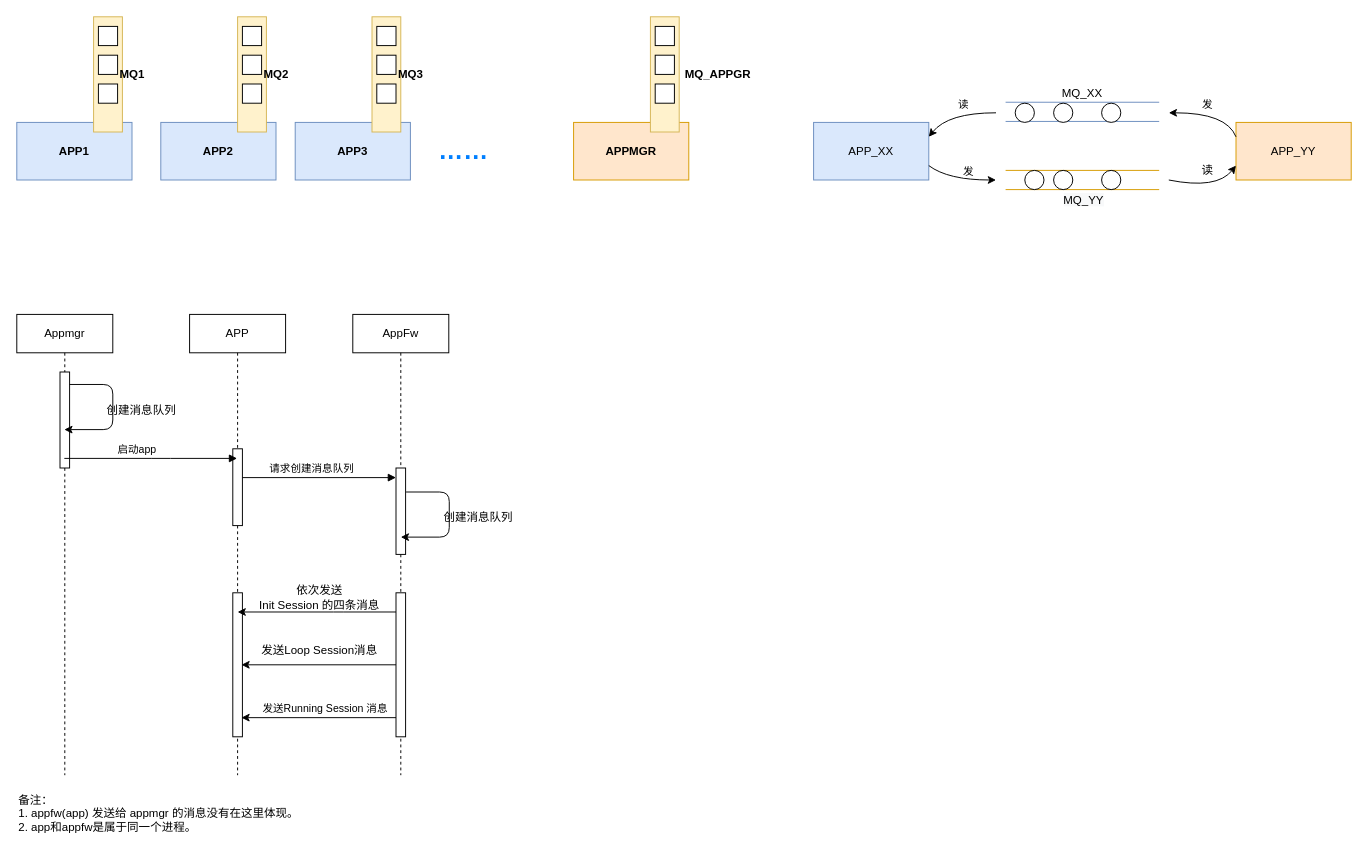
Before: Appmgr消息机制.drawio in watercjr/Data-Center, a draw.io diagram. Source tidied: cells renumbered, new cells numbered last; positions are measured from the earlier drawing's top-left corner, leaving out a move shared by most shapes. Both pictures are drawn from the tidied source at 96%, with x=0, y=0 at pixel (16, 16).
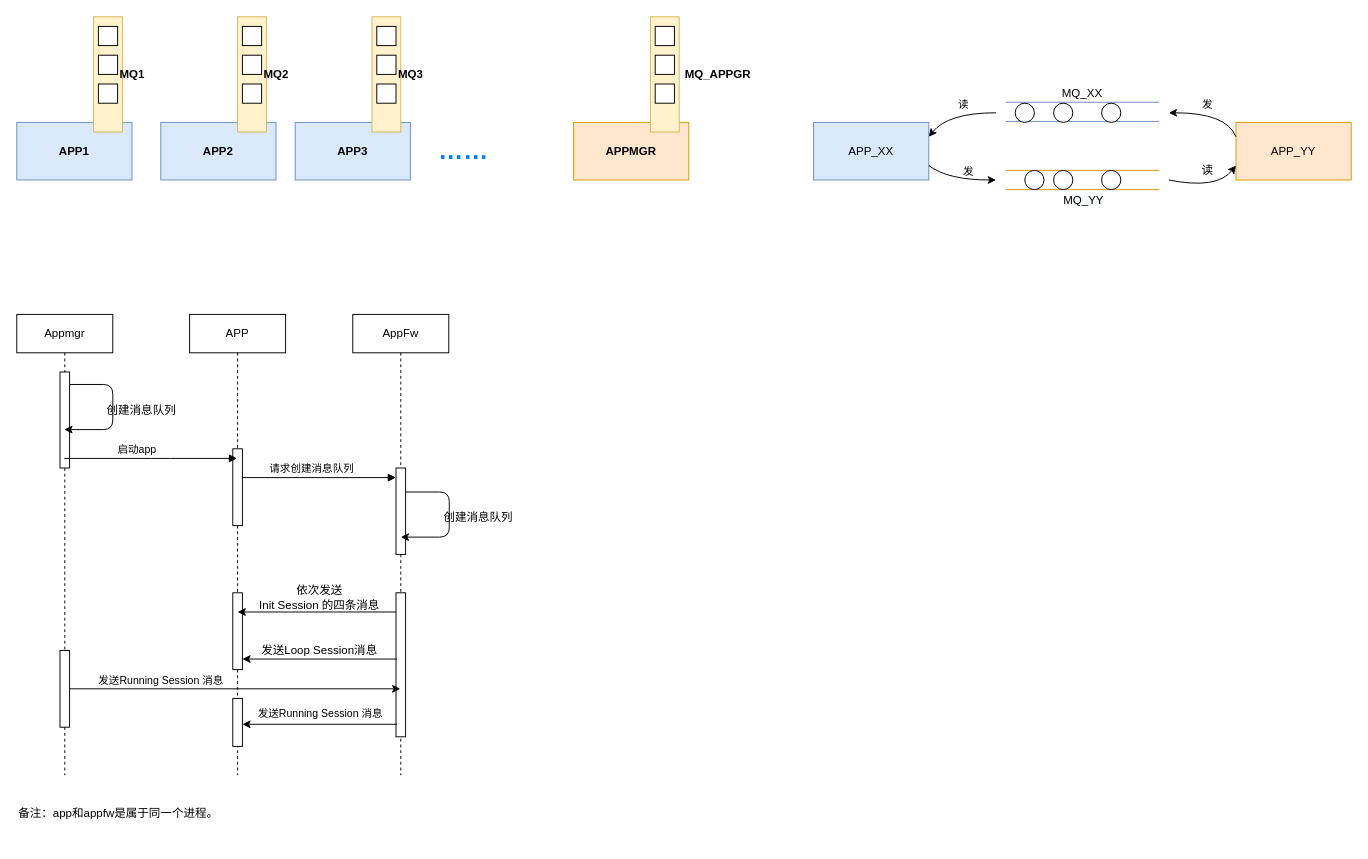
After the change.

Unchanged cells that the change refers to:
```xml
<mxCell id="27" value="APP" style="shape=umlLifeline;perimeter=lifelinePerimeter;whiteSpace=wrap;html=1;outlineConnect=0;" parent="1" vertex="1">
  <mxGeometry x="180" y="310" width="100" height="480" as="geometry" />
</mxCell>
<mxCell id="30" value="AppFw" style="shape=umlLifeline;perimeter=lifelinePerimeter;whiteSpace=wrap;html=1;outlineConnect=0;" parent="1" vertex="1">
  <mxGeometry x="350" y="310" width="100" height="480" as="geometry" />
</mxCell>
<mxCell id="32" style="html=1;points=[];perimeter=orthogonalPerimeter;" parent="30" vertex="1">
  <mxGeometry x="45" y="290" width="10" height="150" as="geometry" />
</mxCell>
<mxCell id="33" value="Appmgr" style="shape=umlLifeline;perimeter=lifelinePerimeter;whiteSpace=wrap;html=1;outlineConnect=0;" parent="1" vertex="1">
  <mxGeometry y="310" width="100" height="480" as="geometry" />
</mxCell>
```

Change to the diagram source:
```diff
@@
     <mxCell id="29" style="html=1;points=[];perimeter=orthogonalPerimeter;" parent="27" vertex="1">
-      <mxGeometry x="45" y="290" width="10" height="150" as="geometry" />
+      <mxGeometry x="45" y="290" width="10" height="80" as="geometry" />
     </mxCell>
+    <mxCell id="70" style="html=1;points=[];perimeter=orthogonalPerimeter;" parent="27" vertex="1">
+      <mxGeometry x="45" y="400" width="10" height="50" as="geometry" />
+    </mxCell>
@@
+    <mxCell id="71" style="html=1;points=[];perimeter=orthogonalPerimeter;" parent="33" vertex="1">
+      <mxGeometry x="45" y="350" width="10" height="80" as="geometry" />
+    </mxCell>
@@
-    <mxCell id="43" value="备注：&lt;br&gt;1. appfw(app) 发送给&amp;nbsp;appmgr 的消息没有在这里体现。&lt;br&gt;2.&amp;nbsp;app和appfw是属于同一个进程。" style="text;html=1;strokeColor=none;fillColor=none;align=left;verticalAlign=middle;whiteSpace=wrap;rounded=0;" parent="1" vertex="1">
+    <mxCell id="43" value="备注：app和appfw是属于同一个进程。" style="text;html=1;strokeColor=none;fillColor=none;align=left;verticalAlign=middle;whiteSpace=wrap;rounded=0;" parent="1" vertex="1">
       <mxGeometry y="800" width="340" height="60" as="geometry" />
     </mxCell>
-    <mxCell id="44" style="endArrow=classic;html=1;entryX=0.9;entryY=0.5;entryDx=0;entryDy=0;entryPerimeter=0;" parent="1" edge="1" source="32" target="29">
+    <mxCell id="44" style="endArrow=classic;html=1;exitX=0.1;exitY=0.46;exitDx=0;exitDy=0;exitPerimeter=0;" parent="1" edge="1" source="32" target="29">
       <mxGeometry relative="1" as="geometry" />
     </mxCell>
@@
-    <mxCell id="46" style="endArrow=classic;html=1;entryX=0.9;entryY=0.867;entryDx=0;entryDy=0;entryPerimeter=0;" parent="1" edge="1" source="32" target="29">
+    <mxCell id="46" style="endArrow=classic;html=1;exitX=0.1;exitY=0.913;exitDx=0;exitDy=0;exitPerimeter=0;" parent="1" edge="1" source="32" target="70">
       <mxGeometry relative="1" as="geometry" />
     </mxCell>
     <mxCell id="47" value="&lt;span&gt;发送Running Session&amp;nbsp;消息&lt;/span&gt;" style="edgeLabel;html=1;align=center;verticalAlign=middle;" parent="46" vertex="1">
       <mxGeometry x="-0.18" y="-1" relative="1" as="geometry">
-        <mxPoint x="-9" y="-9" as="offset" />
+        <mxPoint x="-15" y="-10" as="offset" />
       </mxGeometry>
     </mxCell>
@@
+    <mxCell id="72" style="endArrow=classic;html=1;" parent="1" edge="1" source="71" target="30">
+      <mxGeometry relative="1" as="geometry" />
+    </mxCell>
+    <mxCell id="73" value="发送Running Session&amp;nbsp;消息" style="edgeLabel;html=1;align=center;verticalAlign=middle;" parent="72" vertex="1">
+      <mxGeometry x="-0.26" y="-2" relative="1" as="geometry">
+        <mxPoint x="-33" y="-12" as="offset" />
+      </mxGeometry>
+    </mxCell>
```
